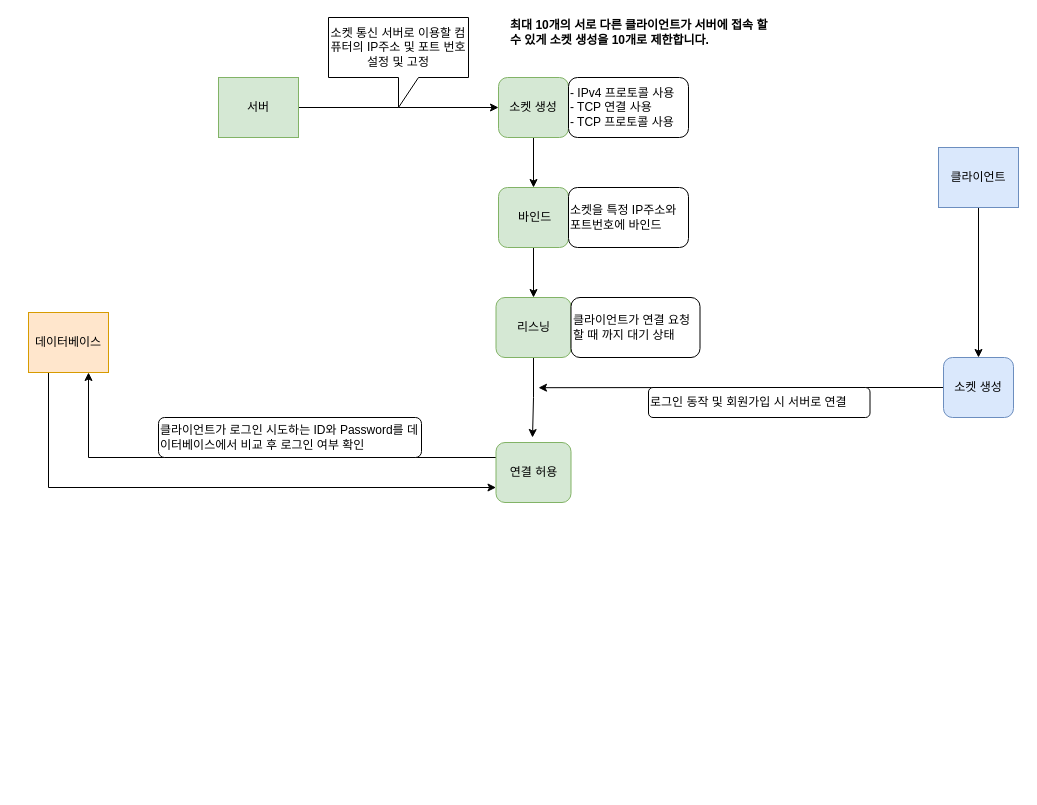
The draw.io diagram 소켓 통신.drawio in jh051777/chat, before the edit. Source tidied: cells renumbered, new cells numbered last; positions are measured from the earlier drawing's top-left corner, leaving out a move shared by most shapes. Both pictures are drawn from the tidied source at 100%, with x=0, y=0 at pixel (28, 17).
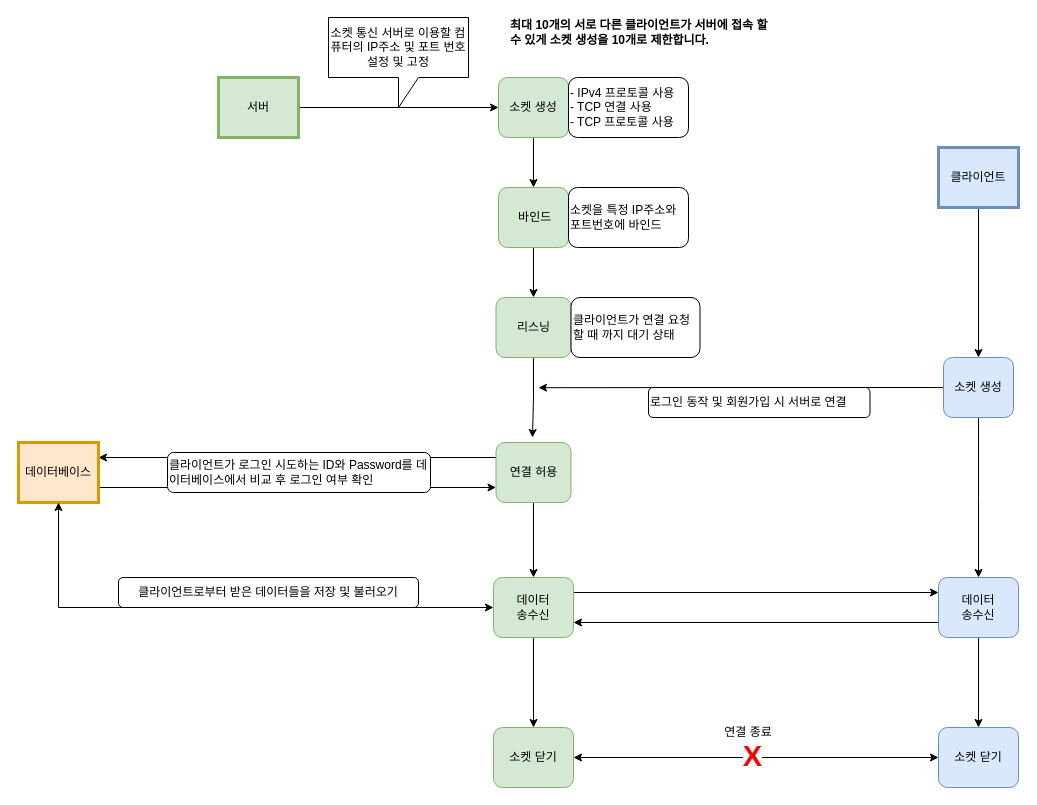
Above is the later version.

Commit message:
소켓 통신.drawio 업데이트

Unchanged cells that the change refers to:
```xml
<mxCell id="13" value="소켓 생성" style="rounded=1;whiteSpace=wrap;html=1;fillColor=#dae8fc;strokeColor=#6c8ebf;" parent="1" vertex="1">
  <mxGeometry x="915" y="340" width="70" height="60" as="geometry" />
</mxCell>
<mxCell id="19" value="연결 허용" style="rounded=1;whiteSpace=wrap;html=1;fillColor=#d5e8d4;strokeColor=#82b366;" parent="1" vertex="1">
  <mxGeometry x="467.5" y="425" width="75" height="60" as="geometry" />
</mxCell>
```

Change to the diagram source:
```diff
@@
-    <mxCell id="3" value="서버" style="rounded=0;whiteSpace=wrap;html=1;fillColor=#d5e8d4;strokeColor=#82b366;" parent="1" vertex="1">
+    <mxCell id="3" value="서버" style="rounded=0;whiteSpace=wrap;html=1;fillColor=#d5e8d4;strokeColor=#82B366;perimeterSpacing=0;strokeWidth=3;" parent="1" vertex="1">
       <mxGeometry x="190" y="60" width="80" height="60" as="geometry" />
     </mxCell>
@@
-    <mxCell id="11" value="클라이언트" style="rounded=0;whiteSpace=wrap;html=1;fillColor=#dae8fc;strokeColor=#6c8ebf;" parent="1" vertex="1">
+    <mxCell id="11" value="클라이언트" style="rounded=0;whiteSpace=wrap;html=1;fillColor=#dae8fc;strokeColor=#6c8ebf;perimeterSpacing=0;strokeWidth=3;" parent="1" vertex="1">
       <mxGeometry x="910" y="130" width="80" height="60" as="geometry" />
     </mxCell>
@@
+    <mxCell id="25" style="edgeStyle=orthogonalEdgeStyle;rounded=0;jettySize=auto;html=1;exitX=0.5;exitY=1;exitDx=0;exitDy=0;" parent="1" edge="1" source="13">
+      <mxGeometry relative="1" as="geometry">
+        <mxPoint x="950" y="560" as="targetPoint" />
+      </mxGeometry>
+    </mxCell>
@@
-    <mxCell id="18" style="edgeStyle=orthogonalEdgeStyle;rounded=0;jettySize=auto;html=1;exitX=0;exitY=0.25;exitDx=0;exitDy=0;entryX=0.75;entryY=1;entryDx=0;entryDy=0;" parent="1" edge="1" source="19" target="22">
+    <mxCell id="18" style="edgeStyle=orthogonalEdgeStyle;rounded=0;jettySize=auto;html=1;exitX=0;exitY=0.25;exitDx=0;exitDy=0;entryX=1;entryY=0.25;entryDx=0;entryDy=0;" parent="1" edge="1" source="19" target="22">
       <mxGeometry relative="1" as="geometry" />
     </mxCell>
+    <mxCell id="26" style="edgeStyle=orthogonalEdgeStyle;rounded=0;jettySize=auto;html=1;exitX=0.5;exitY=1;exitDx=0;exitDy=0;" parent="1" edge="1" source="19">
+      <mxGeometry relative="1" as="geometry">
+        <mxPoint x="505" y="560" as="targetPoint" />
+      </mxGeometry>
+    </mxCell>
@@
-    <mxCell id="21" style="edgeStyle=orthogonalEdgeStyle;rounded=0;jettySize=auto;html=1;exitX=0.25;exitY=1;exitDx=0;exitDy=0;entryX=0;entryY=0.75;entryDx=0;entryDy=0;" parent="1" edge="1" source="22" target="19">
+    <mxCell id="21" style="edgeStyle=orthogonalEdgeStyle;rounded=0;jettySize=auto;html=1;exitX=1;exitY=0.75;exitDx=0;exitDy=0;entryX=0;entryY=0.75;entryDx=0;entryDy=0;" parent="1" edge="1" source="22" target="19">
       <mxGeometry relative="1" as="geometry" />
     </mxCell>
-    <mxCell id="22" value="데이터베이스" style="rounded=0;whiteSpace=wrap;html=1;fillColor=#ffe6cc;strokeColor=#d79b00;" parent="1" vertex="1">
-      <mxGeometry y="295" width="80" height="60" as="geometry" />
+    <mxCell id="22" value="데이터베이스" style="rounded=0;whiteSpace=wrap;html=1;fillColor=#ffe6cc;strokeColor=#d79b00;strokeWidth=3;" parent="1" vertex="1">
+      <mxGeometry x="-10" y="425" width="80" height="60" as="geometry" />
     </mxCell>
@@
     <mxCell id="24" value="클라이언트가 로그인 시도하는 ID와 Password를 데이터베이스에서 비교 후 로그인 여부 확인" style="rounded=1;whiteSpace=wrap;html=1;align=left;" parent="1" vertex="1">
-      <mxGeometry x="130" y="400" width="263" height="40" as="geometry" />
+      <mxGeometry x="139" y="435" width="263" height="40" as="geometry" />
     </mxCell>
+    <mxCell id="27" style="edgeStyle=orthogonalEdgeStyle;rounded=0;jettySize=auto;html=1;exitX=1;exitY=0.25;exitDx=0;exitDy=0;entryX=0;entryY=0.25;entryDx=0;entryDy=0;" parent="1" edge="1" source="30" target="33">
+      <mxGeometry relative="1" as="geometry" />
+    </mxCell>
+    <mxCell id="28" style="edgeStyle=orthogonalEdgeStyle;rounded=0;jettySize=auto;html=1;exitX=0;exitY=0.5;exitDx=0;exitDy=0;entryX=0.5;entryY=1;entryDx=0;entryDy=0;startArrow=classic;startFill=1;" parent="1" edge="1" source="30" target="22">
+      <mxGeometry relative="1" as="geometry" />
+    </mxCell>
+    <mxCell id="29" style="edgeStyle=orthogonalEdgeStyle;rounded=0;jettySize=auto;html=1;exitX=0.5;exitY=1;exitDx=0;exitDy=0;entryX=0.5;entryY=0;entryDx=0;entryDy=0;" parent="1" edge="1" source="30" target="35">
+      <mxGeometry relative="1" as="geometry" />
+    </mxCell>
+    <mxCell id="30" value="데이터&lt;div&gt;송수신&lt;/div&gt;" style="rounded=1;whiteSpace=wrap;html=1;fillColor=#d5e8d4;strokeColor=#82b366;" parent="1" vertex="1">
+      <mxGeometry x="465" y="560" width="80" height="60" as="geometry" />
+    </mxCell>
+    <mxCell id="31" style="edgeStyle=orthogonalEdgeStyle;rounded=0;jettySize=auto;html=1;exitX=0;exitY=0.75;exitDx=0;exitDy=0;entryX=1;entryY=0.75;entryDx=0;entryDy=0;" parent="1" edge="1" source="33" target="30">
+      <mxGeometry relative="1" as="geometry" />
+    </mxCell>
+    <mxCell id="32" style="edgeStyle=orthogonalEdgeStyle;rounded=0;jettySize=auto;html=1;exitX=0.5;exitY=1;exitDx=0;exitDy=0;entryX=0.5;entryY=0;entryDx=0;entryDy=0;" parent="1" edge="1" source="33" target="36">
+      <mxGeometry relative="1" as="geometry" />
+    </mxCell>
+    <mxCell id="33" value="데이터&lt;div&gt;송수신&lt;/div&gt;" style="rounded=1;whiteSpace=wrap;html=1;fillColor=#dae8fc;strokeColor=#6c8ebf;" parent="1" vertex="1">
+      <mxGeometry x="910" y="560" width="80" height="60" as="geometry" />
+    </mxCell>
+    <mxCell id="34" value="&lt;span style=&quot;color: rgb(0, 0, 0); font-family: Helvetica; font-size: 12px; font-style: normal; font-variant-ligatures: normal; font-variant-caps: normal; font-weight: 400; letter-spacing: normal; orphans: 2; text-align: center; text-indent: 0px; text-transform: none; widows: 2; word-spacing: 0px; -webkit-text-stroke-width: 0px; white-space: normal; background-color: rgb(251, 251, 251); text-decoration-thickness: initial; text-decoration-style: initial; text-decoration-color: initial; display: inline !important; float: none;&quot;&gt;클라이언트로부터 받은 데이터들을 저장 및 불러오기&lt;/span&gt;" style="rounded=1;whiteSpace=wrap;html=1;" parent="1" vertex="1">
+      <mxGeometry x="90" y="560" width="300" height="30" as="geometry" />
+    </mxCell>
+    <mxCell id="35" value="소켓 닫기" style="rounded=1;whiteSpace=wrap;html=1;fillColor=#d5e8d4;strokeColor=#82b366;" parent="1" vertex="1">
+      <mxGeometry x="465" y="710" width="80" height="60" as="geometry" />
+    </mxCell>
+    <mxCell id="36" value="소켓 닫기" style="rounded=1;whiteSpace=wrap;html=1;fillColor=#dae8fc;strokeColor=#6c8ebf;" parent="1" vertex="1">
+      <mxGeometry x="910" y="710" width="80" height="60" as="geometry" />
+    </mxCell>
+    <mxCell id="37" style="endArrow=classic;startArrow=classic;html=1;rounded=0;entryX=0;entryY=0.5;entryDx=0;entryDy=0;exitX=1;exitY=0.5;exitDx=0;exitDy=0;" parent="1" edge="1" source="35" target="36">
+      <mxGeometry relative="1" as="geometry" />
+    </mxCell>
+    <mxCell id="38" value="&lt;font size=&quot;1&quot; style=&quot;&quot; color=&quot;#ff0000&quot;&gt;&lt;b style=&quot;font-size: 29px;&quot;&gt;X&lt;/b&gt;&lt;/font&gt;" style="edgeLabel;html=1;align=center;verticalAlign=middle;" parent="37" vertex="1">
+      <mxGeometry x="-0.03" y="3" relative="1" as="geometry">
+        <mxPoint x="1" y="1" as="offset" />
+      </mxGeometry>
+    </mxCell>
+    <mxCell id="39" value="연결 종료" style="text;html=1;align=center;verticalAlign=middle;whiteSpace=wrap;rounded=0;" parent="1" vertex="1">
+      <mxGeometry x="690" y="700" width="60" height="30" as="geometry" />
+    </mxCell>
```
